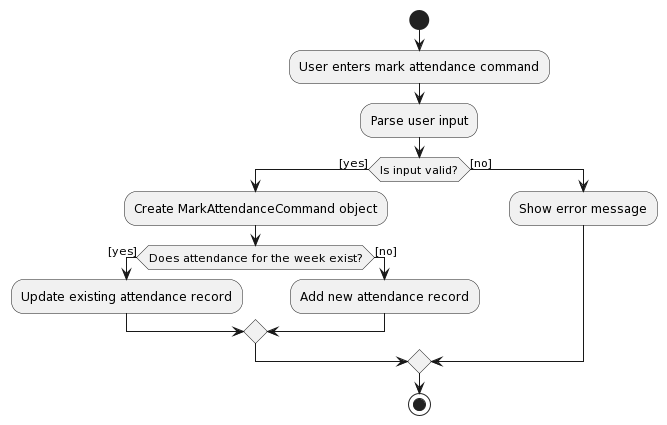
nus-cs2103-AY2324S1/tp keeps this PlantUML diagram as docs/images/MarkAttendanceActivityDiagram.png. Above is the earlier version.
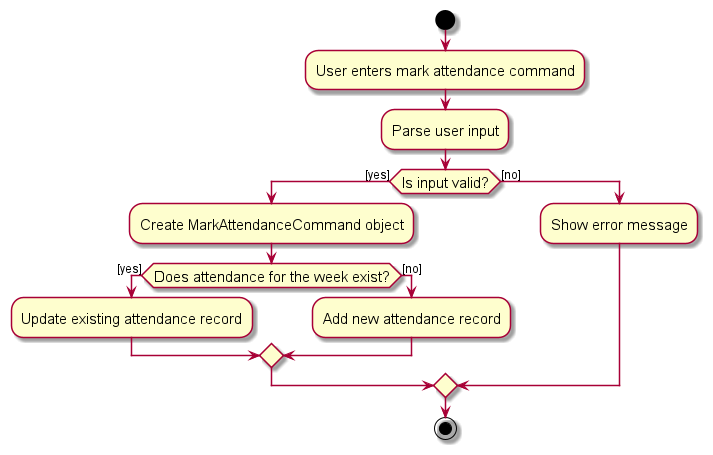
Later version of the same file.

Commit message:
Add UML diagrams for ViewCommand to Developer Guide

The edit, as a diff of the source:
```diff
@@ -1,4 +1,7 @@
 @startuml
+skin rose
+skinparam ActivityFontSize 15
+skinparam ArrowFontSize 12
 start
 :User enters mark attendance command;
 :Parse user input;
```
